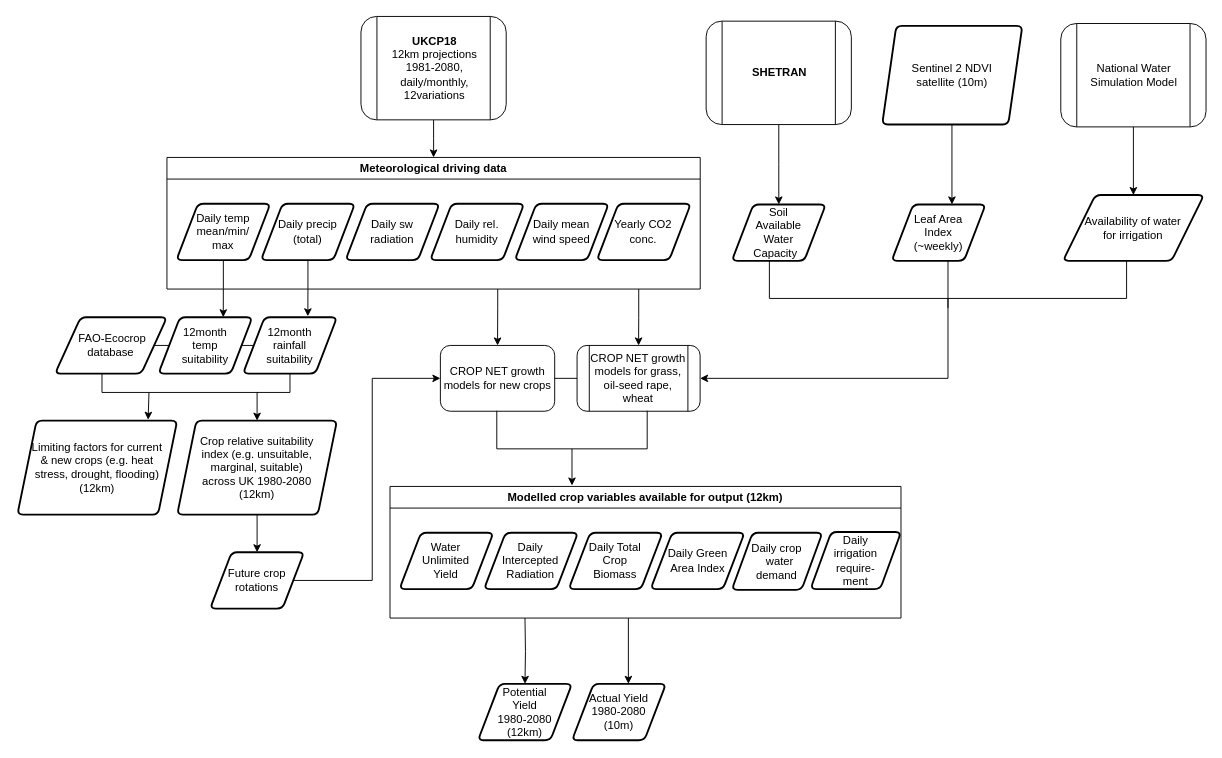
Above: cropnet/cropnet.drawio in OpenCLIM/workflow-diagrams (draw.io), before the change. Source tidied: cells renumbered, new cells numbered last; positions are measured from the earlier drawing's top-left corner, leaving out a move shared by most shapes. Both pictures are drawn from the tidied source at 94%, with x=0, y=0 at pixel (17, 16).
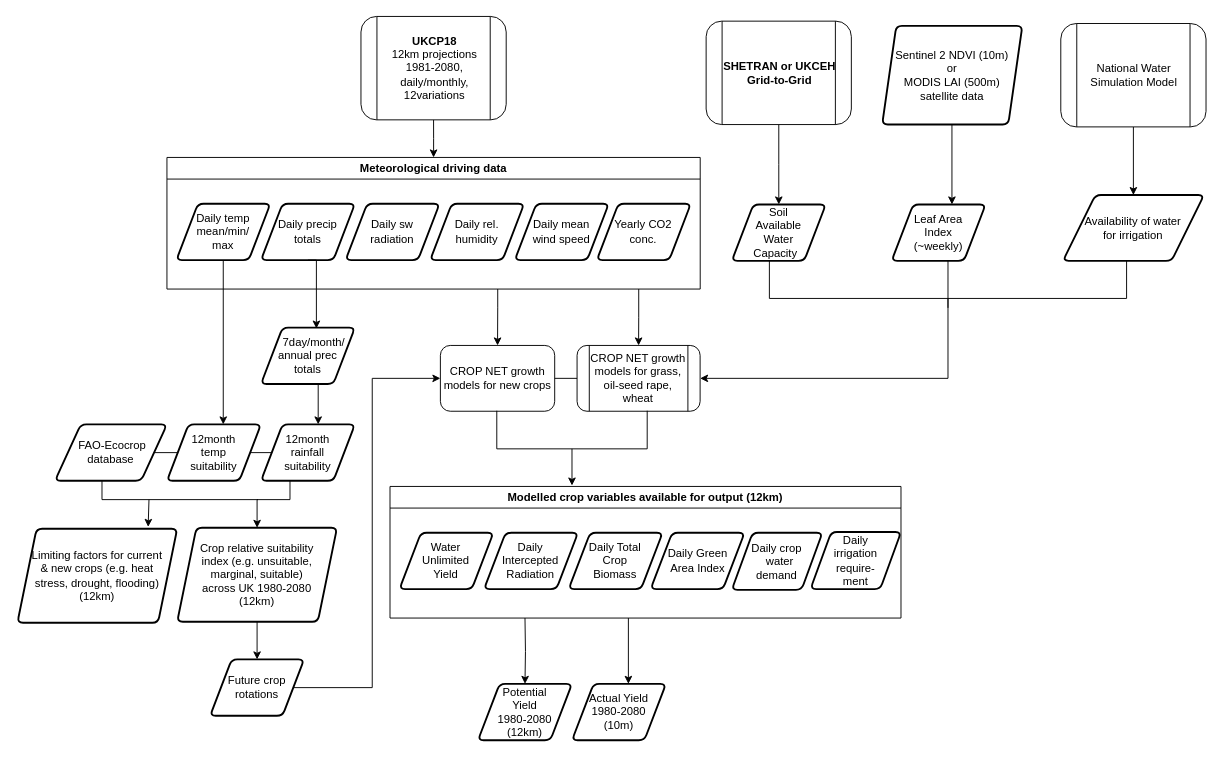
After the change.

Unchanged cells that the change refers to:
```xml
<mxCell id="3" value="Meteorological driving data" style="swimlane;" parent="1" vertex="1">
  <mxGeometry x="159.1" y="150" width="567.3" height="140" as="geometry" />
</mxCell>
<mxCell id="5" value="&lt;div&gt;Daily temp&lt;/div&gt;&lt;div&gt;mean/min/&lt;/div&gt;&lt;div&gt;max&lt;br&gt;&lt;/div&gt;" style="shape=parallelogram;html=1;strokeWidth=2;perimeter=parallelogramPerimeter;whiteSpace=wrap;rounded=1;arcSize=12;size=0.23;" parent="3" vertex="1">
  <mxGeometry x="10" y="49.2" width="100" height="60" as="geometry" />
</mxCell>
```

What changed in the source:
```diff
@@
-    <mxCell id="4" value="&lt;div&gt;Daily precip&lt;/div&gt;&lt;div&gt;(total)&lt;br&gt;&lt;/div&gt;" style="shape=parallelogram;html=1;strokeWidth=2;perimeter=parallelogramPerimeter;whiteSpace=wrap;rounded=1;arcSize=12;size=0.23;" parent="3" vertex="1">
+    <mxCell id="4" value="&lt;div&gt;Daily precip&lt;/div&gt;&lt;div&gt;totals&lt;br&gt;&lt;/div&gt;" style="shape=parallelogram;html=1;strokeWidth=2;perimeter=parallelogramPerimeter;whiteSpace=wrap;rounded=1;arcSize=12;size=0.23;" parent="3" vertex="1">
       <mxGeometry x="100" y="49.2" width="100" height="60" as="geometry" />
     </mxCell>
@@
     <mxCell id="13" value="&lt;div&gt;12month &lt;br&gt;&lt;/div&gt;&lt;div&gt;temp&lt;/div&gt;&lt;div&gt;suitability&lt;br&gt;&lt;/div&gt;" style="shape=parallelogram;html=1;strokeWidth=2;perimeter=parallelogramPerimeter;whiteSpace=wrap;rounded=1;arcSize=12;size=0.23;" parent="1" vertex="1">
-      <mxGeometry x="150" y="320" width="100" height="60" as="geometry" />
+      <mxGeometry x="159.1" y="434" width="100" height="60" as="geometry" />
     </mxCell>
     <mxCell id="14" value="&lt;div&gt;12month &lt;br&gt;&lt;/div&gt;&lt;div&gt;rainfall&lt;/div&gt;&lt;div&gt;suitability&lt;br&gt;&lt;/div&gt;" style="shape=parallelogram;html=1;strokeWidth=2;perimeter=parallelogramPerimeter;whiteSpace=wrap;rounded=1;arcSize=12;size=0.23;" parent="1" vertex="1">
-      <mxGeometry x="240" y="320" width="100" height="60" as="geometry" />
+      <mxGeometry x="259.1" y="434" width="100" height="60" as="geometry" />
     </mxCell>
-    <mxCell id="15" style="edgeStyle=orthogonalEdgeStyle;rounded=0;jettySize=auto;html=1;exitX=0.5;exitY=1;exitDx=0;exitDy=0;entryX=0.69;entryY=0;entryDx=0;entryDy=0;entryPerimeter=0;" parent="1" edge="1" source="5" target="13">
-      <mxGeometry relative="1" as="geometry" />
+    <mxCell id="15" style="edgeStyle=orthogonalEdgeStyle;rounded=0;jettySize=auto;html=1;exitX=0.5;exitY=1;exitDx=0;exitDy=0;" parent="1" edge="1" source="5">
+      <mxGeometry relative="1" as="geometry">
+        <mxPoint x="219" y="434" as="targetPoint" />
+        <Array as="points">
+          <mxPoint x="219" y="434" />
+        </Array>
+      </mxGeometry>
     </mxCell>
-    <mxCell id="16" style="edgeStyle=orthogonalEdgeStyle;rounded=0;jettySize=auto;html=1;exitX=0.5;exitY=1;exitDx=0;exitDy=0;entryX=0.69;entryY=-0.017;entryDx=0;entryDy=0;entryPerimeter=0;" parent="1" edge="1" source="4" target="14">
-      <mxGeometry relative="1" as="geometry" />
-    </mxCell>
@@
     <mxCell id="18" value="&lt;div&gt;Limiting factors for current&lt;/div&gt;&lt;div&gt;&amp;amp; new crops (e.g. heat&lt;/div&gt;&lt;div&gt;stress, drought, flooding)&lt;/div&gt;&lt;div&gt;(12km)&lt;br&gt;&lt;/div&gt;" style="shape=parallelogram;html=1;strokeWidth=2;perimeter=parallelogramPerimeter;whiteSpace=wrap;rounded=1;arcSize=12;size=0.12;" parent="1" vertex="1">
-      <mxGeometry y="430" width="170" height="100" as="geometry" />
+      <mxGeometry y="545" width="170" height="100" as="geometry" />
     </mxCell>
     <mxCell id="19" value="&lt;div&gt;&amp;nbsp;FAO-Ecocrop&lt;/div&gt;&lt;div&gt;database&lt;br&gt;&lt;/div&gt;" style="shape=parallelogram;html=1;strokeWidth=2;perimeter=parallelogramPerimeter;whiteSpace=wrap;rounded=1;arcSize=12;size=0.23;" parent="1" vertex="1">
-      <mxGeometry x="40" y="320" width="119.1" height="60" as="geometry" />
+      <mxGeometry x="40" y="434" width="119.1" height="60" as="geometry" />
     </mxCell>
@@
     <mxCell id="21" value="&lt;div&gt;Future crop&lt;/div&gt;&lt;div&gt;rotations&lt;br&gt;&lt;/div&gt;" style="shape=parallelogram;html=1;strokeWidth=2;perimeter=parallelogramPerimeter;whiteSpace=wrap;rounded=1;arcSize=12;size=0.23;" parent="1" vertex="1">
-      <mxGeometry x="205" y="570" width="100" height="60" as="geometry" />
+      <mxGeometry x="205" y="684" width="100" height="60" as="geometry" />
     </mxCell>
@@
     <mxCell id="24" style="edgeStyle=orthogonalEdgeStyle;rounded=0;jettySize=auto;html=1;exitX=0.83;exitY=1;exitDx=0;exitDy=0;entryX=0.5;entryY=0;entryDx=0;entryDy=0;exitPerimeter=0;" parent="1" edge="1" source="26" target="50">
       <mxGeometry relative="1" as="geometry">
         <Array as="points">
-          <mxPoint x="255" y="400" />
+          <mxPoint x="255" y="514" />
         </Array>
       </mxGeometry>
     </mxCell>
-    <mxCell id="25" style="edgeStyle=orthogonalEdgeStyle;rounded=0;jettySize=auto;html=1;exitX=0.25;exitY=1;exitDx=0;exitDy=0;entryX=0.818;entryY=-0.01;entryDx=0;entryDy=0;entryPerimeter=0;" parent="1" edge="1" source="26" target="18">
-      <mxGeometry relative="1" as="geometry" />
+    <mxCell id="25" style="edgeStyle=orthogonalEdgeStyle;rounded=0;jettySize=auto;html=1;exitX=0.25;exitY=1;exitDx=0;exitDy=0;entryX=0.818;entryY=-0.01;entryDx=0;entryDy=0;entryPerimeter=0;" parent="1" edge="1" source="26">
+      <mxGeometry relative="1" as="geometry">
+        <mxPoint x="139.1" y="543" as="targetPoint" />
+      </mxGeometry>
     </mxCell>
     <mxCell id="26" style="shape=partialRectangle;whiteSpace=wrap;html=1;bottom=1;right=1;left=1;top=0;fillColor=none;routingCenterX=-0.5;" parent="1" vertex="1">
-      <mxGeometry x="90" y="380" width="200" height="20" as="geometry" />
+      <mxGeometry x="90" y="494" width="200" height="20" as="geometry" />
     </mxCell>
@@
-    <mxCell id="43" value="&lt;div&gt;&lt;b&gt;SHETRAN&lt;br&gt;&lt;/b&gt;&lt;/div&gt;" style="shape=process;whiteSpace=wrap;html=1;backgroundOutline=1;shadow=0;fontFamily=Helvetica;fontSize=12;fontColor=#000000;align=center;strokeColor=#000000;strokeWidth=1;fillColor=#ffffff;rounded=1;" parent="1" vertex="1">
+    <mxCell id="43" value="&lt;div&gt;&lt;b&gt;SHETRAN or UKCEH Grid-to-Grid&lt;br&gt;&lt;/b&gt;&lt;/div&gt;" style="shape=process;whiteSpace=wrap;html=1;backgroundOutline=1;shadow=0;fontFamily=Helvetica;fontSize=12;fontColor=#000000;align=center;strokeColor=#000000;strokeWidth=1;fillColor=#ffffff;rounded=1;" parent="1" vertex="1">
       <mxGeometry x="732.7" y="5" width="154.5" height="110" as="geometry" />
     </mxCell>
-    <mxCell id="44" value="&lt;div&gt;Sentinel 2 NDVI&lt;/div&gt;&lt;div&gt;satellite (10m)&lt;br&gt;&lt;/div&gt;" style="shape=parallelogram;html=1;strokeWidth=2;perimeter=parallelogramPerimeter;whiteSpace=wrap;rounded=1;arcSize=12;size=0.10062386798148636;" parent="1" vertex="1">
+    <mxCell id="44" value="&lt;div&gt;Sentinel 2 NDVI (10m)&lt;/div&gt;&lt;div&gt;or&lt;/div&gt;&lt;div&gt;MODIS LAI (500m)&lt;/div&gt;&lt;div&gt;satellite data&lt;br&gt;&lt;/div&gt;" style="shape=parallelogram;html=1;strokeWidth=2;perimeter=parallelogramPerimeter;whiteSpace=wrap;rounded=1;arcSize=12;size=0.10062386798148636;" parent="1" vertex="1">
       <mxGeometry x="920" y="10" width="149.1" height="105" as="geometry" />
     </mxCell>
@@
     <mxCell id="50" value="&lt;div&gt;Crop relative suitability&lt;/div&gt;&lt;div&gt;index (e.g. unsuitable,&lt;/div&gt;&lt;div&gt;marginal, suitable)&lt;/div&gt;&lt;div&gt; across UK 1980-2080&lt;/div&gt;&lt;div&gt;(12km)&lt;br&gt;&lt;/div&gt;" style="shape=parallelogram;html=1;strokeWidth=2;perimeter=parallelogramPerimeter;whiteSpace=wrap;rounded=1;arcSize=12;size=0.12;" parent="1" vertex="1">
-      <mxGeometry x="170" y="430" width="170" height="100" as="geometry" />
+      <mxGeometry x="170" y="544" width="170" height="100" as="geometry" />
     </mxCell>
@@
+    <mxCell id="56" style="edgeStyle=orthogonalEdgeStyle;rounded=0;jettySize=auto;html=1;exitX=0.607;exitY=0.988;exitDx=0;exitDy=0;exitPerimeter=0;" parent="1" edge="1" source="57">
+      <mxGeometry relative="1" as="geometry">
+        <mxPoint x="320" y="434" as="targetPoint" />
+        <Array as="points">
+          <mxPoint x="320" y="434" />
+        </Array>
+      </mxGeometry>
+    </mxCell>
+    <mxCell id="57" value="&amp;nbsp;&amp;nbsp;&amp;nbsp; 7day/month/&lt;div&gt;annual prec&lt;/div&gt;&lt;div&gt;totals&lt;br&gt;&lt;/div&gt;" style="shape=parallelogram;html=1;strokeWidth=2;perimeter=parallelogramPerimeter;whiteSpace=wrap;rounded=1;arcSize=12;size=0.23;" parent="1" vertex="1">
+      <mxGeometry x="259.1" y="331" width="100" height="60" as="geometry" />
+    </mxCell>
+    <mxCell id="58" style="edgeStyle=orthogonalEdgeStyle;rounded=0;jettySize=auto;html=1;exitX=0.5;exitY=1;exitDx=0;exitDy=0;entryX=0.59;entryY=0.017;entryDx=0;entryDy=0;entryPerimeter=0;" parent="1" edge="1" source="4" target="57">
+      <mxGeometry relative="1" as="geometry">
+        <Array as="points">
+          <mxPoint x="318" y="259" />
+        </Array>
+      </mxGeometry>
+    </mxCell>
```
